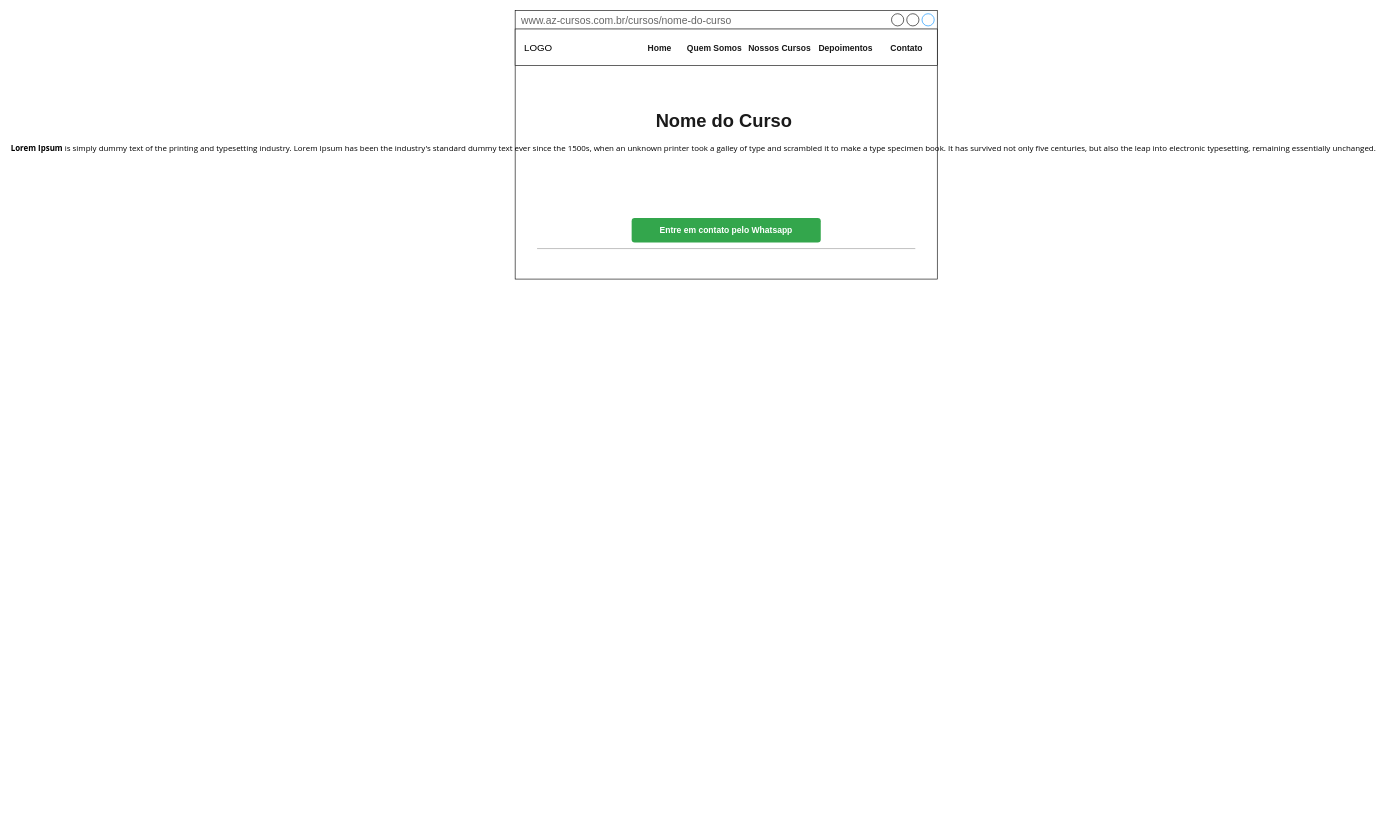
The draw.io diagram page "Page-4" (4 of 4) of Untitled Diagram.drawio in angelianosousa/web_money, before the edit. Source tidied: cells renumbered, new cells numbered last; positions are measured from the earlier drawing's top-left corner, leaving out a move shared by most shapes. Both pictures are drawn from the tidied source at 61%, with x=0, y=0 at pixel (40, 10).
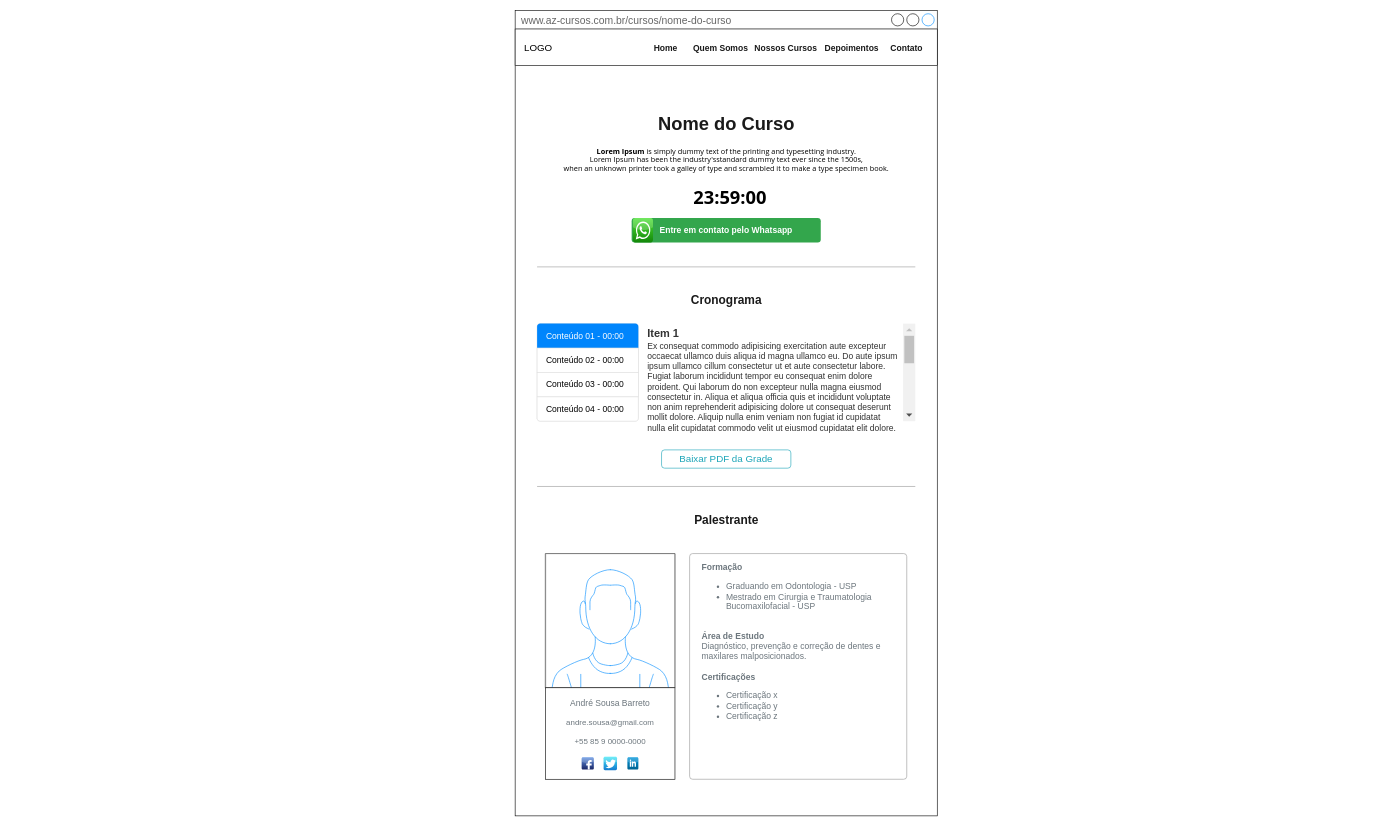
Above is the later version.

Commit message:
Mockup AZCursos

Unchanged cells that the change refers to:
```xml
<mxCell id="5" value="LOGO" style="html=1;shadow=0;dashed=0;fontSize=16;align=left;spacing=15;" parent="1" vertex="1">
  <mxGeometry x="778" y="30" width="692" height="60" as="geometry" />
</mxCell>
```

Diff of the diagram source:
```diff
@@
     <mxCell id="2" value="www.az-cursos.com.br/cursos/nome-do-curso" style="strokeWidth=1;shadow=0;dashed=0;align=center;html=1;shape=mxgraph.mockup.containers.window;align=left;verticalAlign=top;spacingLeft=8;strokeColor2=#008cff;strokeColor3=#c4c4c4;fontColor=#666666;mainText=;fontSize=17;labelBackgroundColor=none;" parent="1" vertex="1">
-      <mxGeometry x="778" width="692" height="440" as="geometry" />
+      <mxGeometry x="778" width="692" height="1320" as="geometry" />
     </mxCell>
     <mxCell id="3" style="verticalLabelPosition=bottom;shadow=0;dashed=0;align=center;html=1;verticalAlign=top;strokeWidth=1;shape=mxgraph.mockup.markup.line;strokeColor=#999999;" parent="1" vertex="1">
-      <mxGeometry x="814" y="380" width="620" height="20" as="geometry" />
+      <mxGeometry x="814" y="410" width="620" height="20" as="geometry" />
     </mxCell>
@@
     <mxCell id="6" value="Home" style="fillColor=none;strokeColor=none;fontSize=14;fontColor=#1A1A1A;align=center;fontStyle=1;" parent="5" vertex="1">
       <mxGeometry width="70" height="40" relative="1" as="geometry">
-        <mxPoint x="202" y="10" as="offset" />
+        <mxPoint x="212" y="10" as="offset" />
       </mxGeometry>
     </mxCell>
     <mxCell id="7" value="Depoimentos" style="fillColor=none;strokeColor=none;fontSize=14;fontColor=#1A1A1A;align=center;fontStyle=1;" parent="5" vertex="1">
       <mxGeometry width="100" height="40" relative="1" as="geometry">
-        <mxPoint x="492" y="10" as="offset" />
+        <mxPoint x="502" y="10" as="offset" />
       </mxGeometry>
     </mxCell>
     <mxCell id="8" value="Quem Somos" style="fillColor=none;strokeColor=none;fontSize=14;fontColor=#1A1A1A;align=center;spacingRight=0;fontStyle=1;" parent="5" vertex="1">
       <mxGeometry width="90" height="40" relative="1" as="geometry">
-        <mxPoint x="282" y="10" as="offset" />
+        <mxPoint x="292" y="10" as="offset" />
       </mxGeometry>
     </mxCell>
@@
     <mxCell id="10" value="Nossos Cursos" style="fillColor=none;strokeColor=none;fontSize=14;fontColor=#1A1A1A;align=center;spacingRight=0;fontStyle=1;" parent="5" vertex="1">
-      <mxGeometry x="382" y="10" width="103.8" height="40" as="geometry" />
+      <mxGeometry x="392" y="10" width="103.8" height="40" as="geometry" />
     </mxCell>
-    <mxCell id="11" value="&lt;b style=&quot;font-size: 30px;&quot;&gt;Nome do Curso&lt;/b&gt;" style="text;html=1;align=center;verticalAlign=middle;fillColor=none;strokeColor=none;rounded=0;fontSize=30;fontColor=#1A1A1A;" parent="1" vertex="1">
-      <mxGeometry x="1000" y="160" width="240" height="40" as="geometry" />
+    <mxCell id="11" value="&lt;h2&gt;&lt;b style=&quot;font-size: 30px&quot;&gt;Nome do Curso&lt;/b&gt;&lt;/h2&gt;" style="text;html=1;align=center;verticalAlign=middle;fillColor=none;strokeColor=none;rounded=0;fontSize=30;fontColor=#1A1A1A;" parent="1" vertex="1">
+      <mxGeometry x="1004" y="120" width="240" height="120" as="geometry" />
     </mxCell>
-    <mxCell id="12" value="&lt;font style=&quot;font-size: 13px&quot;&gt;&lt;strong style=&quot;margin: 0px; padding: 0px; color: rgb(0, 0, 0); font-family: &amp;quot;open sans&amp;quot;, arial, sans-serif; text-align: justify;&quot;&gt;Lorem Ipsum&lt;/strong&gt;&lt;span style=&quot;color: rgb(0, 0, 0); font-family: &amp;quot;open sans&amp;quot;, arial, sans-serif; text-align: justify;&quot;&gt;&amp;nbsp;is simply dummy text of the printing and typesetting industry. Lorem Ipsum has been the industry's standard dummy text ever since the 1500s, when an unknown printer took a galley of type and scrambled it to make a type specimen book. It has survived not only five centuries, but also the leap into electronic typesetting, remaining essentially unchanged.&lt;/span&gt;&lt;/font&gt;" style="text;html=1;align=center;verticalAlign=middle;rounded=0;fontSize=30;horizontal=1;labelBackgroundColor=none;shadow=0;" parent="1" vertex="1">
-      <mxGeometry y="195" width="2140" height="50" as="geometry" />
+    <mxCell id="12" value="&lt;font style=&quot;font-size: 12px; line-height: 0.5;&quot;&gt;&lt;strong style=&quot;margin: 0px; padding: 0px; color: rgb(0, 0, 0); font-family: &amp;quot;open sans&amp;quot;, arial, sans-serif; text-align: justify; font-size: 12px;&quot;&gt;Lorem Ipsum&lt;/strong&gt;&lt;span style=&quot;color: rgb(0, 0, 0); font-family: &amp;quot;open sans&amp;quot;, arial, sans-serif; text-align: justify; font-size: 12px;&quot;&gt;&amp;nbsp;is simply dummy text of the printing and typesetting industry. &lt;br style=&quot;font-size: 12px;&quot;&gt;Lorem Ipsum has been the industry'sstandard dummy text ever since the 1500s, &lt;br style=&quot;font-size: 12px;&quot;&gt;when an unknown printer took a galley of type and scrambled it to make a type specimen book.&lt;/span&gt;&lt;/font&gt;" style="text;html=1;align=center;verticalAlign=middle;rounded=0;fontSize=12;horizontal=1;labelBackgroundColor=none;shadow=0;font-wrap: true;" parent="1" vertex="1">
+      <mxGeometry x="864" y="220" width="520" height="50" as="geometry" />
     </mxCell>
+    <mxCell id="13" style="html=1;shadow=0;dashed=0;shape=mxgraph.bootstrap.rrect;rSize=5;strokeColor=#DFDFDF;html=1;whiteSpace=wrap;fillColor=#FFFFFF;fontColor=#000000;rounded=0;labelBackgroundColor=none;labelBorderColor=none;fontSize=13;" parent="1" vertex="1">
+      <mxGeometry x="814" y="513" width="166" height="160" as="geometry" />
+    </mxCell>
+    <mxCell id="14" value="Conteúdo 01 - 00:00" style="html=1;shadow=0;dashed=0;shape=mxgraph.bootstrap.topButton;rSize=5;strokeColor=none;fillColor=#0085FC;fontColor=#ffffff;perimeter=none;whiteSpace=wrap;align=left;spacing=15;fontSize=14;rounded=0;labelBackgroundColor=none;labelBorderColor=none;" parent="13" vertex="1">
+      <mxGeometry width="166" height="40" relative="1" as="geometry" />
+    </mxCell>
+    <mxCell id="15" value="Conteúdo 02 - 00:00" style="strokeColor=inherit;fillColor=inherit;gradientColor=inherit;fontColor=inherit;html=1;shadow=0;dashed=0;perimeter=none;whiteSpace=wrap;align=left;spacing=15;fontSize=14;rounded=0;labelBackgroundColor=none;labelBorderColor=none;" parent="13" vertex="1">
+      <mxGeometry width="166" height="40" relative="1" as="geometry">
+        <mxPoint y="40" as="offset" />
+      </mxGeometry>
+    </mxCell>
+    <mxCell id="16" value="Conteúdo 03 - 00:00" style="strokeColor=inherit;fillColor=inherit;gradientColor=inherit;fontColor=inherit;html=1;shadow=0;dashed=0;perimeter=none;whiteSpace=wrap;align=left;spacing=15;fontSize=14;rounded=0;labelBackgroundColor=none;labelBorderColor=none;" parent="13" vertex="1">
+      <mxGeometry width="166" height="40" relative="1" as="geometry">
+        <mxPoint y="80" as="offset" />
+      </mxGeometry>
+    </mxCell>
+    <mxCell id="17" value="Conteúdo 04 - 00:00" style="strokeColor=inherit;fillColor=inherit;gradientColor=inherit;fontColor=inherit;html=1;shadow=0;dashed=0;shape=mxgraph.bootstrap.bottomButton;rSize=5;perimeter=none;whiteSpace=wrap;align=left;spacing=15;fontSize=14;rounded=0;labelBackgroundColor=none;labelBorderColor=none;" parent="13" vertex="1">
+      <mxGeometry y="1" width="166" height="40" relative="1" as="geometry">
+        <mxPoint y="-40" as="offset" />
+      </mxGeometry>
+    </mxCell>
+    <mxCell id="18" value="&lt;font style=&quot;font-size: 18px&quot;&gt;&lt;b&gt;Item 1&lt;/b&gt;&lt;/font&gt;&lt;br&gt;Ex consequat commodo adipisicing exercitation aute excepteur occaecat ullamco duis aliqua id magna ullamco eu. Do aute ipsum ipsum ullamco cillum consectetur ut et aute consectetur labore. Fugiat laborum incididunt tempor eu consequat enim dolore proident. Qui laborum do non excepteur nulla magna eiusmod consectetur in. Aliqua et aliqua officia quis et incididunt voluptate non anim reprehenderit adipisicing dolore ut consequat deserunt mollit dolore. Aliquip nulla enim veniam non fugiat id cupidatat nulla elit cupidatat commodo velit ut eiusmod cupidatat elit dolore." style="fillColor=none;strokeColor=none;align=left;fontSize=14;fontColor=#323232;html=1;whiteSpace=wrap;verticalAlign=top;spacingRight=25;rounded=0;shadow=0;labelBackgroundColor=none;labelBorderColor=none;" parent="1" vertex="1">
+      <mxGeometry x="993" y="513" width="441" height="160" as="geometry" />
+    </mxCell>
+    <mxCell id="19" style="html=1;shadow=0;dashed=0;fillColor=#F1F1F1;strokeColor=none;rounded=0;labelBackgroundColor=none;labelBorderColor=none;fontSize=13;fontColor=#FFFFFF;" parent="18" vertex="1">
+      <mxGeometry x="1" width="20" height="160" relative="1" as="geometry">
+        <mxPoint x="-20" as="offset" />
+      </mxGeometry>
+    </mxCell>
+    <mxCell id="20" style="fillColor=#C1C1C1;strokeColor=none;rounded=0;shadow=0;labelBackgroundColor=none;labelBorderColor=none;fontSize=13;fontColor=#FFFFFF;html=0;" parent="19" vertex="1">
+      <mxGeometry width="16" height="45" relative="1" as="geometry">
+        <mxPoint x="2" y="20" as="offset" />
+      </mxGeometry>
+    </mxCell>
+    <mxCell id="21" style="shape=triangle;direction=north;fillColor=#C1C1C1;strokeColor=none;perimeter=none;rounded=0;shadow=0;labelBackgroundColor=none;labelBorderColor=none;fontSize=13;fontColor=#FFFFFF;html=0;" parent="19" vertex="1">
+      <mxGeometry width="10" height="5" relative="1" as="geometry">
+        <mxPoint x="5" y="7.5" as="offset" />
+      </mxGeometry>
+    </mxCell>
+    <mxCell id="22" style="shape=triangle;direction=south;fillColor=#505050;strokeColor=none;perimeter=none;rounded=0;shadow=0;labelBackgroundColor=none;labelBorderColor=none;fontSize=13;fontColor=#FFFFFF;html=0;" parent="19" vertex="1">
+      <mxGeometry y="1" width="10" height="5" relative="1" as="geometry">
+        <mxPoint x="5" y="-12.5" as="offset" />
+      </mxGeometry>
+    </mxCell>
+    <mxCell id="23" value="&lt;h2&gt;Cronograma&lt;/h2&gt;" style="text;html=1;align=center;verticalAlign=middle;fillColor=none;strokeColor=none;rounded=0;shadow=0;labelBackgroundColor=none;labelBorderColor=none;fontSize=13;fontColor=#1A1A1A;" parent="1" vertex="1">
+      <mxGeometry x="1059" y="450" width="130" height="50" as="geometry" />
+    </mxCell>
+    <mxCell id="24" value="&lt;h2&gt;Palestrante&lt;/h2&gt;" style="text;html=1;align=center;verticalAlign=middle;fillColor=none;strokeColor=none;rounded=0;shadow=0;labelBackgroundColor=none;labelBorderColor=none;fontSize=13;fontColor=#1A1A1A;" parent="1" vertex="1">
+      <mxGeometry x="1064" y="810" width="120" height="50" as="geometry" />
+    </mxCell>
+    <mxCell id="25" style="verticalLabelPosition=bottom;shadow=0;dashed=0;align=center;html=1;verticalAlign=top;strokeWidth=1;shape=mxgraph.mockup.markup.line;strokeColor=#999999;" parent="1" vertex="1">
+      <mxGeometry x="814" y="770" width="620" height="20" as="geometry" />
+    </mxCell>
+    <mxCell id="26" value="Baixar PDF da Grade" style="html=1;shadow=0;dashed=0;shape=mxgraph.bootstrap.rrect;rSize=5;strokeColor=#1CA5B8;strokeWidth=1;fillColor=none;fontColor=#1CA5B8;whiteSpace=wrap;align=center;verticalAlign=middle;spacingLeft=0;fontStyle=0;fontSize=16;spacing=5;rounded=0;labelBackgroundColor=none;labelBorderColor=none;" parent="1" vertex="1">
+      <mxGeometry x="1018" y="720" width="212" height="30" as="geometry" />
+    </mxCell>
+    <mxCell id="27" value="&lt;b&gt;Formação&lt;/b&gt;&lt;br&gt;&lt;ul&gt;&lt;li&gt;Graduando em Odontologia - USP&lt;/li&gt;&lt;li&gt;Mestrado em Cirurgia e Traumatologia Bucomaxilofacial - USP&lt;/li&gt;&lt;/ul&gt;&lt;br&gt;&lt;b&gt;Área de Estudo&lt;/b&gt;&lt;br&gt;Diagnóstico, prevenção e correção de dentes e maxilares malposicionados.&lt;br&gt;&lt;br&gt;&lt;b&gt;Certificações&lt;/b&gt;&lt;br&gt;&lt;ul&gt;&lt;li&gt;Certificação x&lt;/li&gt;&lt;li&gt;Certificação y&lt;/li&gt;&lt;li&gt;Certificação z&lt;/li&gt;&lt;/ul&gt;" style="html=1;shadow=0;dashed=0;shape=mxgraph.bootstrap.rrect;rSize=5;strokeColor=#999999;strokeWidth=1;fillColor=#FFFFFF;fontColor=#6C767D;whiteSpace=wrap;align=left;verticalAlign=top;spacingLeft=10;fontSize=14;spacing=10;rounded=0;labelBackgroundColor=none;labelBorderColor=none;" parent="1" vertex="1">
+      <mxGeometry x="1064" y="890" width="356" height="370" as="geometry" />
+    </mxCell>
+    <mxCell id="28" style="verticalLabelPosition=bottom;shadow=0;dashed=0;align=center;html=1;verticalAlign=top;strokeWidth=1;shape=mxgraph.mockup.containers.userMale;strokeColor=#666666;strokeColor2=#008cff;rounded=0;labelBackgroundColor=none;labelBorderColor=none;fontSize=13;fontColor=#3399FF;" parent="1" vertex="1">
+      <mxGeometry x="828" y="890" width="212" height="220" as="geometry" />
+    </mxCell>
+    <mxCell id="29" value="&lt;font color=&quot;#6c767d&quot;&gt;&lt;span style=&quot;font-size: 14px ; text-align: left&quot;&gt;André Sousa Barreto&lt;br&gt;&lt;/span&gt;&lt;br&gt;andre.sousa@gmail.com&lt;br&gt;&lt;br&gt;+55 85 9 0000-0000&lt;/font&gt;" style="rounded=0;whiteSpace=wrap;html=1;shadow=0;labelBackgroundColor=none;labelBorderColor=none;fontSize=13;fontColor=#3399FF;strokeColor=default;verticalAlign=top;spacingTop=10;" parent="1" vertex="1">
+      <mxGeometry x="828" y="1110" width="212" height="150" as="geometry" />
+    </mxCell>
+    <mxCell id="30" style="dashed=0;html=1;align=center;labelPosition=center;verticalLabelPosition=bottom;verticalAlign=top;shape=mxgraph.webicons.facebook;fillColor=#6294E4;gradientColor=#1A2665;rounded=0;shadow=0;labelBackgroundColor=none;labelBorderColor=none;fontSize=13;fontColor=#3399FF;strokeColor=default;" parent="1" vertex="1">
+      <mxGeometry x="887" y="1224" width="20" height="20" as="geometry" />
+    </mxCell>
+    <mxCell id="31" style="dashed=0;html=1;align=center;labelPosition=center;verticalLabelPosition=bottom;verticalAlign=top;shape=mxgraph.webicons.linkedin;fillColor=#0095DB;gradientColor=#006391;rounded=0;shadow=0;labelBackgroundColor=none;labelBorderColor=none;fontSize=13;fontColor=#6C767D;strokeColor=default;" parent="1" vertex="1">
+      <mxGeometry x="962" y="1224" width="18" height="20" as="geometry" />
+    </mxCell>
+    <mxCell id="32" style="dashed=0;html=1;align=center;labelPosition=center;verticalLabelPosition=bottom;verticalAlign=top;shape=mxgraph.webicons.whatsapp;fillColor=#4FE238;gradientColor=#138709;rounded=0;shadow=0;labelBackgroundColor=none;labelBorderColor=none;fontSize=13;fontColor=#6C767D;strokeColor=default;" parent="1" vertex="1">
+      <mxGeometry x="971" y="340" width="33" height="40" as="geometry" />
+    </mxCell>
+    <mxCell id="33" style="dashed=0;html=1;align=center;labelPosition=center;verticalLabelPosition=bottom;verticalAlign=top;shape=mxgraph.webicons.twitter;fillColor=#49EAF7;gradientColor=#137BD0;rounded=0;shadow=0;labelBackgroundColor=none;labelBorderColor=none;fontSize=13;fontColor=#6C767D;strokeColor=default;" parent="1" vertex="1">
+      <mxGeometry x="923" y="1223" width="22" height="22" as="geometry" />
+    </mxCell>
+    <mxCell id="34" value="&lt;div style=&quot;text-align: justify&quot;&gt;&lt;span&gt;&lt;font face=&quot;open sans, arial, sans-serif&quot; size=&quot;1&quot;&gt;&lt;b style=&quot;font-size: 30px&quot;&gt;23:59:00&lt;/b&gt;&lt;/font&gt;&lt;/span&gt;&lt;/div&gt;" style="text;html=1;align=center;verticalAlign=middle;rounded=0;fontSize=12;horizontal=1;labelBackgroundColor=none;shadow=0;font-wrap: true;" parent="1" vertex="1">
+      <mxGeometry x="1060" y="290" width="140" height="30" as="geometry" />
+    </mxCell>
```
